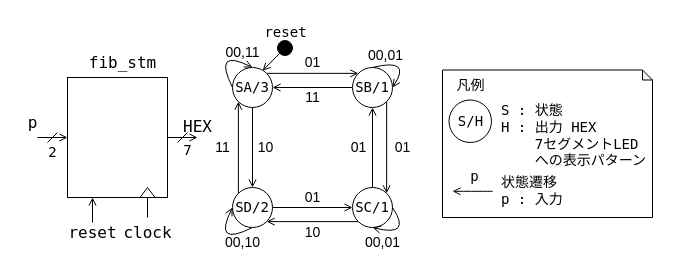
This is src/assets/fib_stm.drawio from rikitoro/GE4_EmbeddedSystemsIII_2025, a draw.io file, before an edit. Source tidied: cells renumbered, new cells numbered last; positions are measured from the earlier drawing's top-left corner, leaving out a move shared by most shapes. Both pictures are drawn from the tidied source at 100%, with x=0, y=0 at pixel (17, 17).
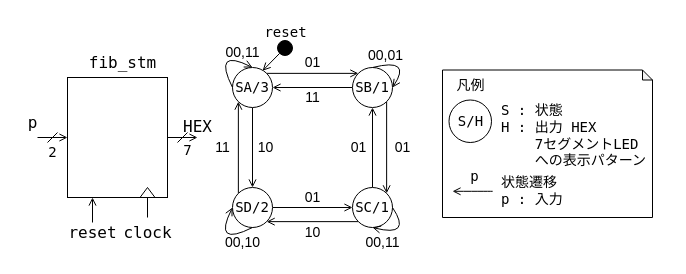
The same diagram, later.

Commit message (it also covers changes not shown here):
fix typo in fib_stm

Unchanged cells that the change refers to:
```xml
<mxCell id="24" style="group;" parent="1" vertex="1">
  <mxGeometry x="185" width="220" height="240" as="geometry" />
</mxCell>
```

Change to the diagram source:
```diff
@@
-    <mxCell id="51" value="00,01" style="text;html=1;align=center;verticalAlign=middle;strokeColor=none;fillColor=none;fontFamily=Helvetica;fontSize=14;fontColor=default;labelBackgroundColor=none;" parent="24" vertex="1">
+    <mxCell id="51" value="00,11" style="text;html=1;align=center;verticalAlign=middle;strokeColor=none;fillColor=none;fontFamily=Helvetica;fontSize=14;fontColor=default;labelBackgroundColor=none;" parent="24" vertex="1">
       <mxGeometry x="150" y="210" width="60" height="30" as="geometry" />
     </mxCell>
```
